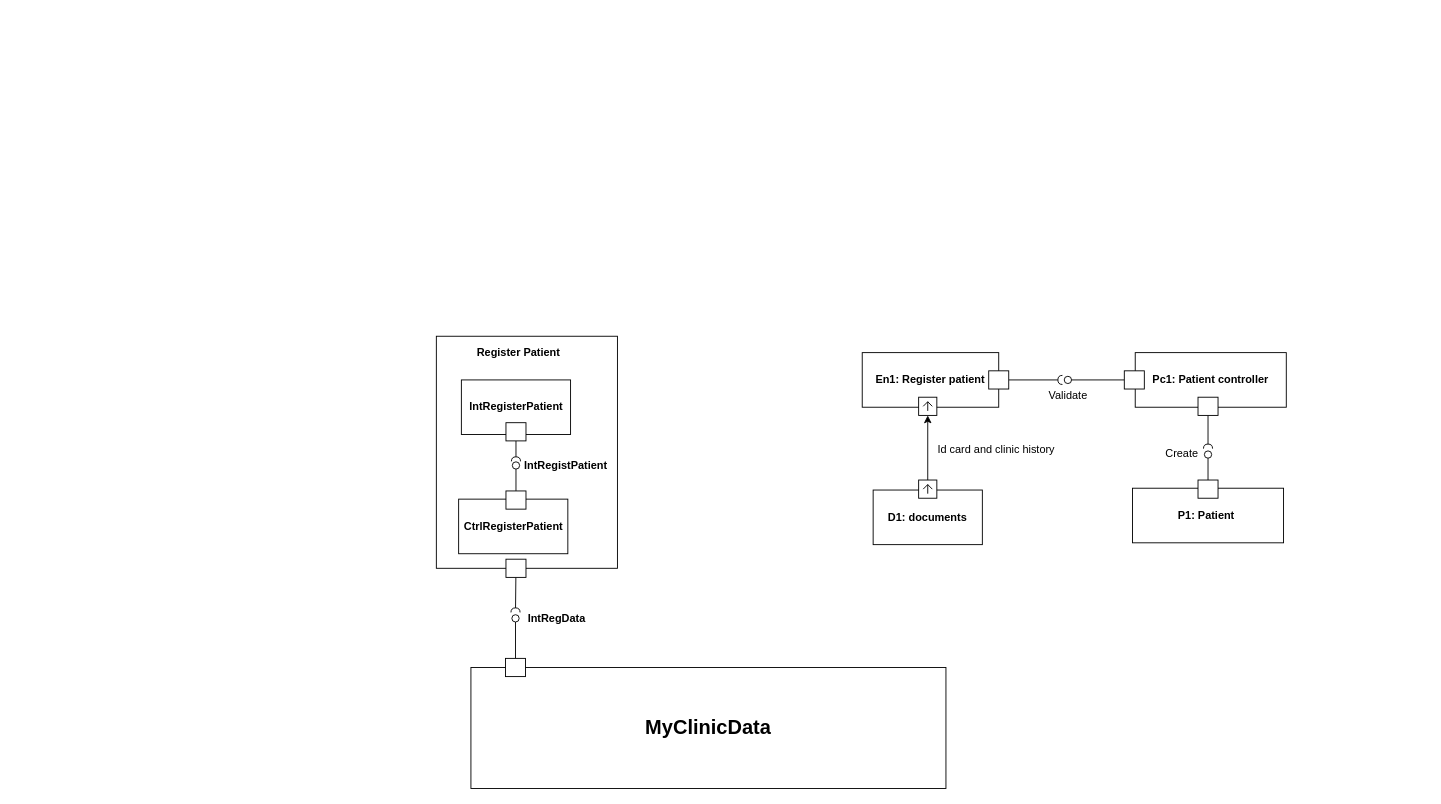
Above: Diagrams/Development/IBD development.drawio in RafaelCMira/myclinic-msp-project (draw.io), before the change. Source tidied: cells renumbered, new cells numbered last; positions are measured from the earlier drawing's top-left corner, leaving out a move shared by most shapes. Both pictures are drawn from the tidied source at 91%, with x=0, y=0 at pixel (436, 336).
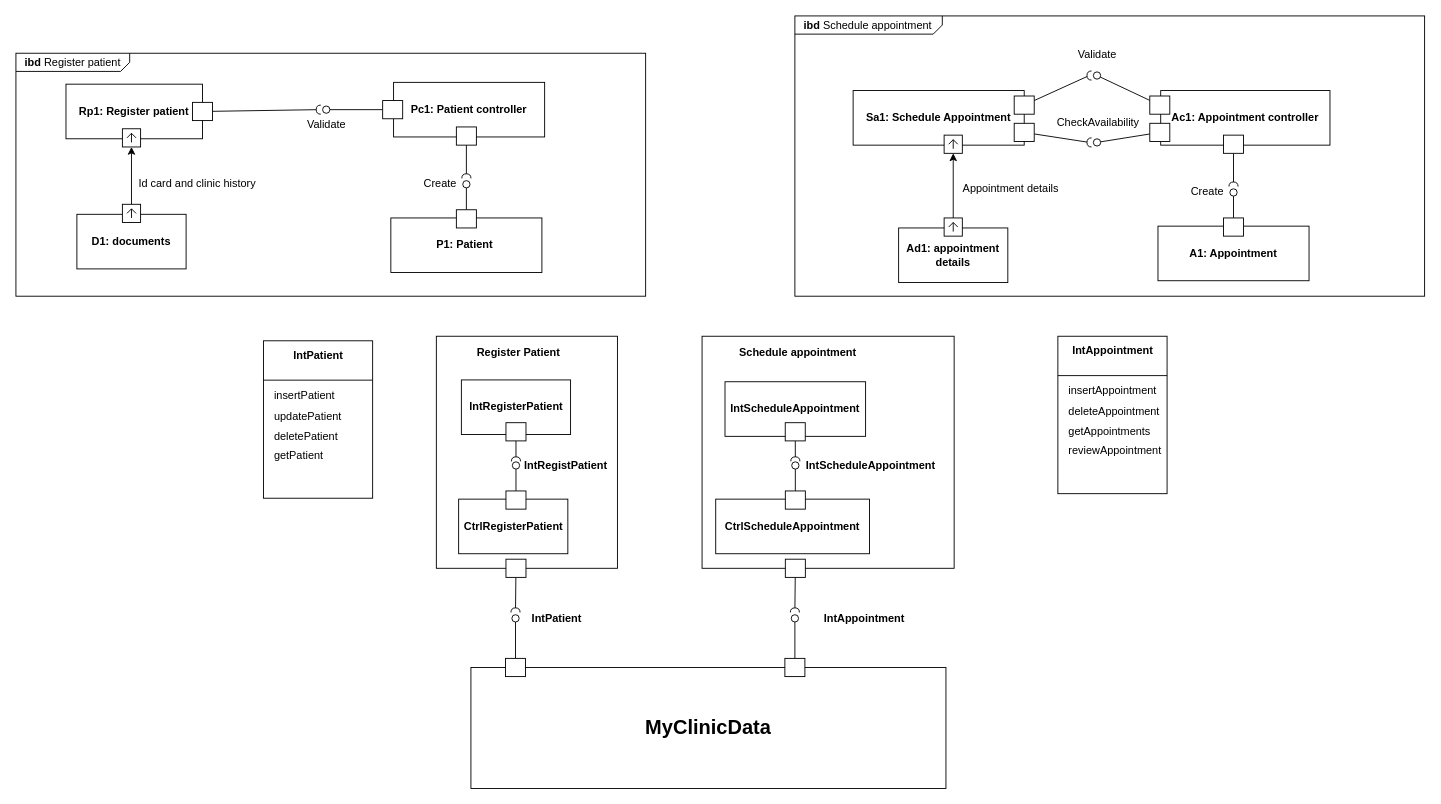
After the change.

Diff of the diagram source:
```diff
@@
+    <mxCell id="50" value="&lt;p style=&quot;margin:0px;margin-top:4px;margin-left:10px;text-align:left;&quot;&gt;&lt;b&gt;ibd&lt;/b&gt;&amp;nbsp;Schedule appointment&lt;/p&gt;" style="html=1;shape=mxgraph.sysml.package;labelX=162.01;align=left;spacingLeft=10;html=1;overflow=fill;whiteSpace=wrap;" parent="1" vertex="1">
+      <mxGeometry x="394" y="-352" width="692" height="308" as="geometry" />
+    </mxCell>
+    <mxCell id="51" value="&lt;p style=&quot;margin:0px;margin-top:4px;margin-left:10px;text-align:left;&quot;&gt;&lt;b&gt;ibd&lt;/b&gt;&amp;nbsp;Register patient&lt;/p&gt;" style="html=1;shape=mxgraph.sysml.package;labelX=125.6;align=left;spacingLeft=10;html=1;overflow=fill;whiteSpace=wrap;" parent="1" vertex="1">
+      <mxGeometry x="-462" y="-311" width="692" height="267" as="geometry" />
+    </mxCell>
+    <mxCell id="52" style="rounded=0;whiteSpace=wrap;html=1;fillColor=none;" parent="1" vertex="1">
+      <mxGeometry x="-190" y="5" width="120" height="173" as="geometry" />
+    </mxCell>
@@
-    <mxCell id="20" style="group;" parent="1" vertex="1">
-      <mxGeometry x="38" y="354" width="522" height="143" as="geometry" />
-    </mxCell>
-    <mxCell id="21" value="&lt;b&gt;&lt;font style=&quot;font-size: 22px;&quot;&gt;MyClinicData&lt;/font&gt;&lt;/b&gt;" style="rounded=0;whiteSpace=wrap;html=1;fillColor=none;" parent="20" vertex="1">
-      <mxGeometry y="10" width="522" height="133" as="geometry" />
-    </mxCell>
-    <mxCell id="22" style="html=1;rounded=0;fillColor=default;" parent="20" vertex="1">
-      <mxGeometry x="38" width="22" height="20" as="geometry" />
-    </mxCell>
-    <mxCell id="23" value="&lt;b&gt;IntRegData&lt;/b&gt;" style="text;html=1;align=center;verticalAlign=middle;strokeColor=none;fillColor=none;" parent="1" vertex="1">
-      <mxGeometry x="91.5" y="297" width="81" height="26" as="geometry" />
+    <mxCell id="23" value="&lt;b&gt;IntPatient&lt;/b&gt;" style="text;html=1;align=center;verticalAlign=middle;strokeColor=none;fillColor=none;" parent="1" vertex="1">
+      <mxGeometry x="95.5" y="297" width="73" height="26" as="geometry" />
     </mxCell>
@@
     <mxCell id="25" style="group;" parent="1" vertex="1">
-      <mxGeometry x="480" y="158" width="120" height="71" as="geometry" />
+      <mxGeometry x="-395" y="-145" width="120" height="71" as="geometry" />
     </mxCell>
@@
     <mxCell id="28" value="Id card and clinic history" style="text;html=1;align=center;verticalAlign=middle;strokeColor=none;fillColor=none;" parent="1" vertex="1">
-      <mxGeometry x="541" y="112" width="147" height="26" as="geometry" />
+      <mxGeometry x="-337" y="-181" width="147" height="26" as="geometry" />
     </mxCell>
@@
     <mxCell id="30" style="ellipse;html=1;fontSize=11;align=center;fillColor=none;points=[];verticalAlign=bottom;labelPosition=center;verticalLabelPosition=top;flipH=1;" parent="1" vertex="1">
-      <mxGeometry x="690" y="44" width="8" height="8" as="geometry" />
+      <mxGeometry x="-125" y="-253" width="8" height="8" as="geometry" />
     </mxCell>
@@
     <mxCell id="32" style="shape=requiredInterface;html=1;fontSize=11;align=center;fillColor=none;points=[];verticalAlign=bottom;labelPosition=center;verticalLabelPosition=top;flipH=1;rotation=0;" parent="1" vertex="1">
-      <mxGeometry x="683" y="43" width="5" height="10" as="geometry" />
+      <mxGeometry x="-132" y="-254" width="5" height="10" as="geometry" />
     </mxCell>
     <mxCell id="33" value="Validate" style="text;html=1;align=center;verticalAlign=middle;strokeColor=none;fillColor=none;" parent="1" vertex="1">
-      <mxGeometry x="664" y="52" width="60" height="26" as="geometry" />
+      <mxGeometry x="-151" y="-245" width="60" height="26" as="geometry" />
     </mxCell>
@@
     <mxCell id="35" style="ellipse;html=1;fontSize=11;align=center;fillColor=none;points=[];verticalAlign=bottom;labelPosition=center;verticalLabelPosition=top;flipH=1;" parent="1" vertex="1">
-      <mxGeometry x="844" y="126" width="8" height="8" as="geometry" />
+      <mxGeometry x="29" y="-171" width="8" height="8" as="geometry" />
     </mxCell>
@@
     <mxCell id="37" style="shape=requiredInterface;html=1;fontSize=11;align=center;fillColor=none;points=[];verticalAlign=bottom;labelPosition=center;verticalLabelPosition=top;flipH=1;rotation=90;" parent="1" vertex="1">
-      <mxGeometry x="845.5" y="116" width="5" height="10" as="geometry" />
+      <mxGeometry x="30.5" y="-181" width="5" height="10" as="geometry" />
     </mxCell>
     <mxCell id="38" value="Create" style="text;html=1;align=center;verticalAlign=middle;strokeColor=none;fillColor=none;" parent="1" vertex="1">
-      <mxGeometry x="791.5" y="116" width="54" height="26" as="geometry" />
+      <mxGeometry x="-23.5" y="-181" width="54" height="26" as="geometry" />
     </mxCell>
     <mxCell id="39" style="group;" parent="1" vertex="1">
-      <mxGeometry x="468" y="18" width="161" height="69" as="geometry" />
+      <mxGeometry x="-407" y="-277" width="161" height="69" as="geometry" />
     </mxCell>
-    <mxCell id="40" value="&lt;b&gt;En1: Register patient&lt;/b&gt;" style="rounded=0;whiteSpace=wrap;html=1;fillColor=none;" parent="39" vertex="1">
+    <mxCell id="40" value="&lt;b&gt;Rp1: Register patient&lt;/b&gt;" style="rounded=0;whiteSpace=wrap;html=1;fillColor=none;" parent="39" vertex="1">
       <mxGeometry width="150" height="60" as="geometry" />
     </mxCell>
@@
     <mxCell id="43" style="group;" parent="1" vertex="1">
-      <mxGeometry x="756" y="18" width="178" height="69" as="geometry" />
+      <mxGeometry x="-59" y="-279" width="178" height="69" as="geometry" />
     </mxCell>
@@
     <mxCell id="47" style="group;" parent="1" vertex="1">
-      <mxGeometry x="765" y="158" width="166" height="69" as="geometry" />
+      <mxGeometry x="-50" y="-139" width="166" height="69" as="geometry" />
     </mxCell>
@@
+    <mxCell id="53" style="rounded=0;whiteSpace=wrap;html=1;fillColor=none;align=center;" parent="1" vertex="1">
+      <mxGeometry x="292" width="277" height="255" as="geometry" />
+    </mxCell>
+    <mxCell id="54" value="&lt;b&gt;Schedule appointment&lt;/b&gt;" style="text;html=1;align=center;verticalAlign=middle;strokeColor=none;fillColor=none;" parent="1" vertex="1">
+      <mxGeometry x="323.5" y="5" width="147" height="26" as="geometry" />
+    </mxCell>
+    <mxCell id="55" style="endArrow=none;html=1;rounded=0;align=center;verticalAlign=top;endFill=0;labelBackgroundColor=none;endSize=2;" parent="1" edge="1" source="71" target="56">
+      <mxGeometry relative="1" as="geometry" />
+    </mxCell>
+    <mxCell id="56" style="ellipse;html=1;fontSize=11;align=center;fillColor=none;points=[];verticalAlign=bottom;labelPosition=center;verticalLabelPosition=top;flipH=1;" parent="1" vertex="1">
+      <mxGeometry x="390.5" y="138" width="8" height="8" as="geometry" />
+    </mxCell>
+    <mxCell id="57" style="endArrow=none;html=1;rounded=0;align=center;verticalAlign=top;endFill=0;labelBackgroundColor=none;endSize=2;" parent="1" edge="1" source="68" target="58">
+      <mxGeometry relative="1" as="geometry" />
+    </mxCell>
+    <mxCell id="58" style="shape=requiredInterface;html=1;fontSize=11;align=center;fillColor=none;points=[];verticalAlign=bottom;labelPosition=center;verticalLabelPosition=top;flipH=1;rotation=90;" parent="1" vertex="1">
+      <mxGeometry x="392" y="130" width="5" height="10" as="geometry" />
+    </mxCell>
+    <mxCell id="59" value="&lt;b&gt;IntScheduleAppointment&lt;/b&gt;" style="text;html=1;align=center;verticalAlign=middle;strokeColor=none;fillColor=none;" parent="1" vertex="1">
+      <mxGeometry x="397" y="129" width="160" height="26" as="geometry" />
+    </mxCell>
+    <mxCell id="60" style="endArrow=none;html=1;rounded=0;align=center;verticalAlign=top;endFill=0;labelBackgroundColor=none;endSize=2;" parent="1" edge="1" source="73" target="61">
+      <mxGeometry relative="1" as="geometry" />
+    </mxCell>
+    <mxCell id="61" style="ellipse;html=1;fontSize=11;align=center;fillColor=none;points=[];verticalAlign=bottom;labelPosition=center;verticalLabelPosition=top;flipH=1;" parent="1" vertex="1">
+      <mxGeometry x="390" y="306" width="8" height="8" as="geometry" />
+    </mxCell>
+    <mxCell id="62" style="endArrow=none;html=1;rounded=0;align=center;verticalAlign=top;endFill=0;labelBackgroundColor=none;endSize=2;" parent="1" edge="1" source="64" target="63">
+      <mxGeometry relative="1" as="geometry" />
+    </mxCell>
+    <mxCell id="63" style="shape=requiredInterface;html=1;fontSize=11;align=center;fillColor=none;points=[];verticalAlign=bottom;labelPosition=center;verticalLabelPosition=top;flipH=1;rotation=90;" parent="1" vertex="1">
+      <mxGeometry x="391.5" y="296" width="5" height="10" as="geometry" />
+    </mxCell>
+    <mxCell id="64" style="html=1;rounded=0;" parent="1" vertex="1">
+      <mxGeometry x="383.5" y="245" width="22" height="20" as="geometry" />
+    </mxCell>
+    <mxCell id="65" value="&lt;b&gt;IntAppointment&lt;/b&gt;" style="text;html=1;align=center;verticalAlign=middle;strokeColor=none;fillColor=none;" parent="1" vertex="1">
+      <mxGeometry x="416.5" y="297" width="107" height="26" as="geometry" />
+    </mxCell>
+    <mxCell id="66" style="group;" parent="1" vertex="1">
+      <mxGeometry x="317.2" y="50" width="154.5" height="65" as="geometry" />
+    </mxCell>
+    <mxCell id="67" value="&lt;b&gt;IntScheduleAppointment&lt;/b&gt;" style="rounded=0;whiteSpace=wrap;html=1;fillColor=none;" parent="66" vertex="1">
+      <mxGeometry width="154.5" height="60" as="geometry" />
+    </mxCell>
+    <mxCell id="68" style="html=1;rounded=0;" parent="66" vertex="1">
+      <mxGeometry x="66.2" y="45" width="22" height="20" as="geometry" />
+    </mxCell>
+    <mxCell id="69" style="group;" parent="1" vertex="1">
+      <mxGeometry x="307" y="170" width="169" height="69" as="geometry" />
+    </mxCell>
+    <mxCell id="70" value="&lt;b&gt;CtrlScheduleAppointment&lt;/b&gt;" style="rounded=0;whiteSpace=wrap;html=1;fillColor=none;" parent="69" vertex="1">
+      <mxGeometry y="9" width="169" height="60" as="geometry" />
+    </mxCell>
+    <mxCell id="71" style="html=1;rounded=0;" parent="69" vertex="1">
+      <mxGeometry x="76.5" width="22" height="20" as="geometry" />
+    </mxCell>
+    <mxCell id="72" style="group;" parent="1" vertex="1">
+      <mxGeometry x="38" y="354" width="522" height="143" as="geometry" />
+    </mxCell>
+    <mxCell id="20" style="group;" parent="72" vertex="1">
+      <mxGeometry width="522" height="143" as="geometry" />
+    </mxCell>
+    <mxCell id="21" value="&lt;b&gt;&lt;font style=&quot;font-size: 22px;&quot;&gt;MyClinicData&lt;/font&gt;&lt;/b&gt;" style="rounded=0;whiteSpace=wrap;html=1;fillColor=none;" parent="20" vertex="1">
+      <mxGeometry y="10" width="522" height="133" as="geometry" />
+    </mxCell>
+    <mxCell id="22" style="html=1;rounded=0;fillColor=default;" parent="20" vertex="1">
+      <mxGeometry x="38" width="22" height="20" as="geometry" />
+    </mxCell>
+    <mxCell id="73" style="html=1;rounded=0;fillColor=default;" parent="72" vertex="1">
+      <mxGeometry x="345" width="22" height="20" as="geometry" />
+    </mxCell>
+    <mxCell id="74" style="rounded=0;jettySize=auto;html=1;" parent="1" edge="1" source="77" target="93">
+      <mxGeometry relative="1" as="geometry" />
+    </mxCell>
+    <mxCell id="75" style="group;" parent="1" vertex="1">
+      <mxGeometry x="508" y="-130" width="120" height="71" as="geometry" />
+    </mxCell>
+    <mxCell id="76" value="&lt;b&gt;Ad1: appointment details&lt;/b&gt;" style="rounded=0;whiteSpace=wrap;html=1;fillColor=none;" parent="75" vertex="1">
+      <mxGeometry y="11" width="120" height="60" as="geometry" />
+    </mxCell>
+    <mxCell id="77" style="html=1;shape=mxgraph.sysml.port;sysMLPortType=flowN;" parent="75" vertex="1">
+      <mxGeometry x="50" width="20" height="20" as="geometry" />
+    </mxCell>
+    <mxCell id="78" value="Appointment details" style="text;html=1;align=center;verticalAlign=middle;strokeColor=none;fillColor=none;" parent="1" vertex="1">
+      <mxGeometry x="569" y="-175" width="123" height="26" as="geometry" />
+    </mxCell>
+    <mxCell id="79" style="endArrow=none;html=1;rounded=0;align=center;verticalAlign=top;endFill=0;labelBackgroundColor=none;endSize=2;" parent="1" edge="1" source="96" target="80">
+      <mxGeometry relative="1" as="geometry" />
+    </mxCell>
+    <mxCell id="80" style="ellipse;html=1;fontSize=11;align=center;fillColor=none;points=[];verticalAlign=bottom;labelPosition=center;verticalLabelPosition=top;flipH=1;" parent="1" vertex="1">
+      <mxGeometry x="722" y="-290.5" width="8" height="8" as="geometry" />
+    </mxCell>
+    <mxCell id="81" style="endArrow=none;html=1;rounded=0;align=center;verticalAlign=top;endFill=0;labelBackgroundColor=none;endSize=2;" parent="1" edge="1" source="94" target="82">
+      <mxGeometry relative="1" as="geometry" />
+    </mxCell>
+    <mxCell id="82" style="shape=requiredInterface;html=1;fontSize=11;align=center;fillColor=none;points=[];verticalAlign=bottom;labelPosition=center;verticalLabelPosition=top;flipH=1;rotation=0;" parent="1" vertex="1">
+      <mxGeometry x="715" y="-291.5" width="5" height="10" as="geometry" />
+    </mxCell>
+    <mxCell id="83" value="Validate" style="text;html=1;align=center;verticalAlign=middle;strokeColor=none;fillColor=none;" parent="1" vertex="1">
+      <mxGeometry x="696" y="-322" width="60" height="26" as="geometry" />
+    </mxCell>
+    <mxCell id="84" style="endArrow=none;html=1;rounded=0;align=center;verticalAlign=top;endFill=0;labelBackgroundColor=none;endSize=2;" parent="1" edge="1" source="91" target="85">
+      <mxGeometry relative="1" as="geometry" />
+    </mxCell>
+    <mxCell id="85" style="ellipse;html=1;fontSize=11;align=center;fillColor=none;points=[];verticalAlign=bottom;labelPosition=center;verticalLabelPosition=top;flipH=1;" parent="1" vertex="1">
+      <mxGeometry x="872" y="-162" width="8" height="8" as="geometry" />
+    </mxCell>
+    <mxCell id="86" style="endArrow=none;html=1;rounded=0;align=center;verticalAlign=top;endFill=0;labelBackgroundColor=none;endSize=2;" parent="1" edge="1" source="97" target="87">
+      <mxGeometry relative="1" as="geometry" />
+    </mxCell>
+    <mxCell id="87" style="shape=requiredInterface;html=1;fontSize=11;align=center;fillColor=none;points=[];verticalAlign=bottom;labelPosition=center;verticalLabelPosition=top;flipH=1;rotation=90;" parent="1" vertex="1">
+      <mxGeometry x="873.5" y="-172" width="5" height="10" as="geometry" />
+    </mxCell>
+    <mxCell id="88" value="Create" style="text;html=1;align=center;verticalAlign=middle;strokeColor=none;fillColor=none;" parent="1" vertex="1">
+      <mxGeometry x="819.5" y="-172" width="54" height="26" as="geometry" />
+    </mxCell>
+    <mxCell id="89" style="group;" parent="1" vertex="1">
+      <mxGeometry x="793" y="-130" width="166" height="69" as="geometry" />
+    </mxCell>
+    <mxCell id="90" value="&lt;b&gt;A1: Appointment&lt;/b&gt;" style="rounded=0;whiteSpace=wrap;html=1;fillColor=none;" parent="89" vertex="1">
+      <mxGeometry y="9" width="166" height="60" as="geometry" />
+    </mxCell>
+    <mxCell id="91" style="html=1;rounded=0;fillColor=default;" parent="89" vertex="1">
+      <mxGeometry x="72" width="22" height="20" as="geometry" />
+    </mxCell>
+    <mxCell id="92" value="&lt;b&gt;Sa1: Schedule Appointment&lt;/b&gt;" style="rounded=0;whiteSpace=wrap;html=1;fillColor=none;" parent="1" vertex="1">
+      <mxGeometry x="458" y="-270" width="188" height="60" as="geometry" />
+    </mxCell>
+    <mxCell id="93" style="html=1;shape=mxgraph.sysml.port;sysMLPortType=flowN;" parent="1" vertex="1">
+      <mxGeometry x="558" y="-221" width="20" height="20" as="geometry" />
+    </mxCell>
+    <mxCell id="94" style="html=1;rounded=0;" parent="1" vertex="1">
+      <mxGeometry x="635" y="-264" width="22" height="20" as="geometry" />
+    </mxCell>
+    <mxCell id="95" value="&lt;b&gt;Ac1: Appointment controller&lt;/b&gt;" style="rounded=0;whiteSpace=wrap;html=1;fillColor=none;" parent="1" vertex="1">
+      <mxGeometry x="796" y="-270" width="186" height="60" as="geometry" />
+    </mxCell>
+    <mxCell id="96" style="html=1;rounded=0;fillColor=default;" parent="1" vertex="1">
+      <mxGeometry x="784" y="-264" width="22" height="20" as="geometry" />
+    </mxCell>
+    <mxCell id="97" style="html=1;rounded=0;" parent="1" vertex="1">
+      <mxGeometry x="865" y="-221" width="22" height="20" as="geometry" />
+    </mxCell>
+    <mxCell id="98" style="endArrow=none;html=1;rounded=0;align=center;verticalAlign=top;endFill=0;labelBackgroundColor=none;endSize=2;" parent="1" edge="1" source="104" target="99">
+      <mxGeometry relative="1" as="geometry" />
+    </mxCell>
+    <mxCell id="99" style="ellipse;html=1;fontSize=11;align=center;fillColor=none;points=[];verticalAlign=bottom;labelPosition=center;verticalLabelPosition=top;flipH=1;" parent="1" vertex="1">
+      <mxGeometry x="722" y="-217" width="8" height="8" as="geometry" />
+    </mxCell>
+    <mxCell id="100" style="endArrow=none;html=1;rounded=0;align=center;verticalAlign=top;endFill=0;labelBackgroundColor=none;endSize=2;" parent="1" edge="1" source="103" target="101">
+      <mxGeometry relative="1" as="geometry" />
+    </mxCell>
+    <mxCell id="101" style="shape=requiredInterface;html=1;fontSize=11;align=center;fillColor=none;points=[];verticalAlign=bottom;labelPosition=center;verticalLabelPosition=top;flipH=1;rotation=0;" parent="1" vertex="1">
+      <mxGeometry x="715" y="-218" width="5" height="10" as="geometry" />
+    </mxCell>
+    <mxCell id="102" value="CheckAvailability" style="text;html=1;align=center;verticalAlign=middle;strokeColor=none;fillColor=none;" parent="1" vertex="1">
+      <mxGeometry x="672" y="-248.5" width="109" height="26" as="geometry" />
+    </mxCell>
+    <mxCell id="103" style="html=1;rounded=0;" parent="1" vertex="1">
+      <mxGeometry x="635" y="-234" width="22" height="20" as="geometry" />
+    </mxCell>
+    <mxCell id="104" style="html=1;rounded=0;fillColor=default;" parent="1" vertex="1">
+      <mxGeometry x="784" y="-234" width="22" height="20" as="geometry" />
+    </mxCell>
+    <mxCell id="105" value="&lt;b&gt;IntPatient&lt;/b&gt;" style="text;html=1;align=center;verticalAlign=middle;strokeColor=none;fillColor=none;" parent="1" vertex="1">
+      <mxGeometry x="-166.5" y="8" width="73" height="26" as="geometry" />
+    </mxCell>
+    <mxCell id="106" value="insertPatient&lt;div style=&quot;line-height: 90%;&quot;&gt;&lt;br&gt;&lt;div style=&quot;line-height: 90%;&quot;&gt;updatePatient&lt;/div&gt;&lt;div style=&quot;line-height: 90%;&quot;&gt;&lt;br&gt;&lt;/div&gt;&lt;div style=&quot;line-height: 90%;&quot;&gt;deletePatient&lt;/div&gt;&lt;div style=&quot;line-height: 90%;&quot;&gt;&lt;br&gt;&lt;/div&gt;&lt;div style=&quot;line-height: 90%;&quot;&gt;getPatient&lt;/div&gt;&lt;/div&gt;" style="text;html=1;align=left;verticalAlign=middle;strokeColor=none;fillColor=none;" parent="1" vertex="1">
+      <mxGeometry x="-180" y="51" width="92" height="91" as="geometry" />
+    </mxCell>
+    <mxCell id="107" style="rounded=0;orthogonalLoop=1;jettySize=auto;html=1;exitX=0;exitY=0.25;exitDx=0;exitDy=0;entryX=1;entryY=0.25;entryDx=0;entryDy=0;endArrow=none;endFill=0;" parent="1" edge="1" source="52" target="52">
+      <mxGeometry relative="1" as="geometry" />
+    </mxCell>
+    <mxCell id="108" style="rounded=0;whiteSpace=wrap;html=1;fillColor=none;" parent="1" vertex="1">
+      <mxGeometry x="683" width="120" height="173" as="geometry" />
+    </mxCell>
+    <mxCell id="109" value="&lt;b&gt;IntAppointment&lt;/b&gt;" style="text;html=1;align=center;verticalAlign=middle;strokeColor=none;fillColor=none;" parent="1" vertex="1">
+      <mxGeometry x="689.5" y="3" width="107" height="26" as="geometry" />
+    </mxCell>
+    <mxCell id="110" value="insertAppointment&lt;div style=&quot;line-height: 90%;&quot;&gt;&lt;br&gt;&lt;div style=&quot;line-height: 90%;&quot;&gt;deleteAppointment&lt;/div&gt;&lt;div style=&quot;line-height: 90%;&quot;&gt;&lt;br&gt;&lt;/div&gt;&lt;div style=&quot;line-height: 90%;&quot;&gt;getAppointments&lt;/div&gt;&lt;div style=&quot;line-height: 90%;&quot;&gt;&lt;br&gt;&lt;/div&gt;&lt;div style=&quot;line-height: 90%;&quot;&gt;reviewAppointment&lt;/div&gt;&lt;/div&gt;" style="text;html=1;align=left;verticalAlign=middle;strokeColor=none;fillColor=none;" parent="1" vertex="1">
+      <mxGeometry x="693" y="46" width="120" height="91" as="geometry" />
+    </mxCell>
+    <mxCell id="111" style="rounded=0;orthogonalLoop=1;jettySize=auto;html=1;exitX=0;exitY=0.25;exitDx=0;exitDy=0;entryX=1;entryY=0.25;entryDx=0;entryDy=0;endArrow=none;endFill=0;" parent="1" edge="1" source="108" target="108">
+      <mxGeometry relative="1" as="geometry" />
+    </mxCell>
```
